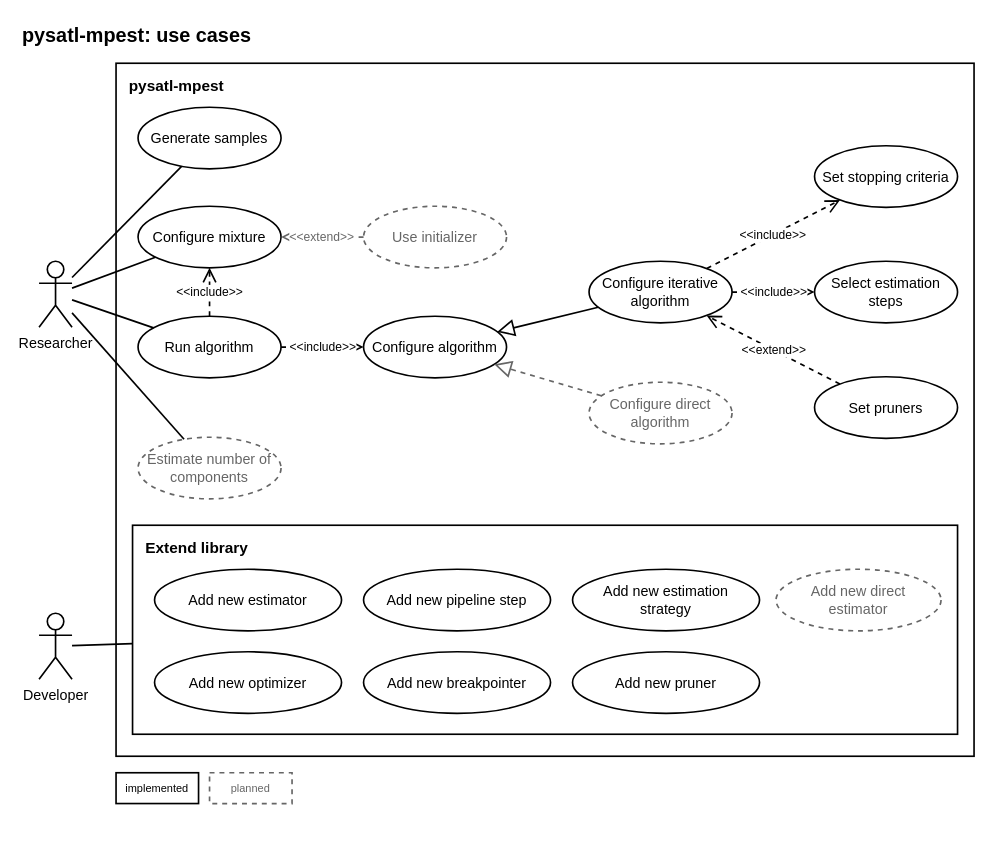
The draw.io diagram docs_new/source/design/diagrams/usecases.drawio in PySATL/pysatl-mpest, before the edit. Source tidied: cells renumbered, new cells numbered last; positions are measured from the earlier drawing's top-left corner, leaving out a move shared by most shapes. Both pictures are drawn from the tidied source at 110%, with x=0, y=0 at pixel (22, 19).
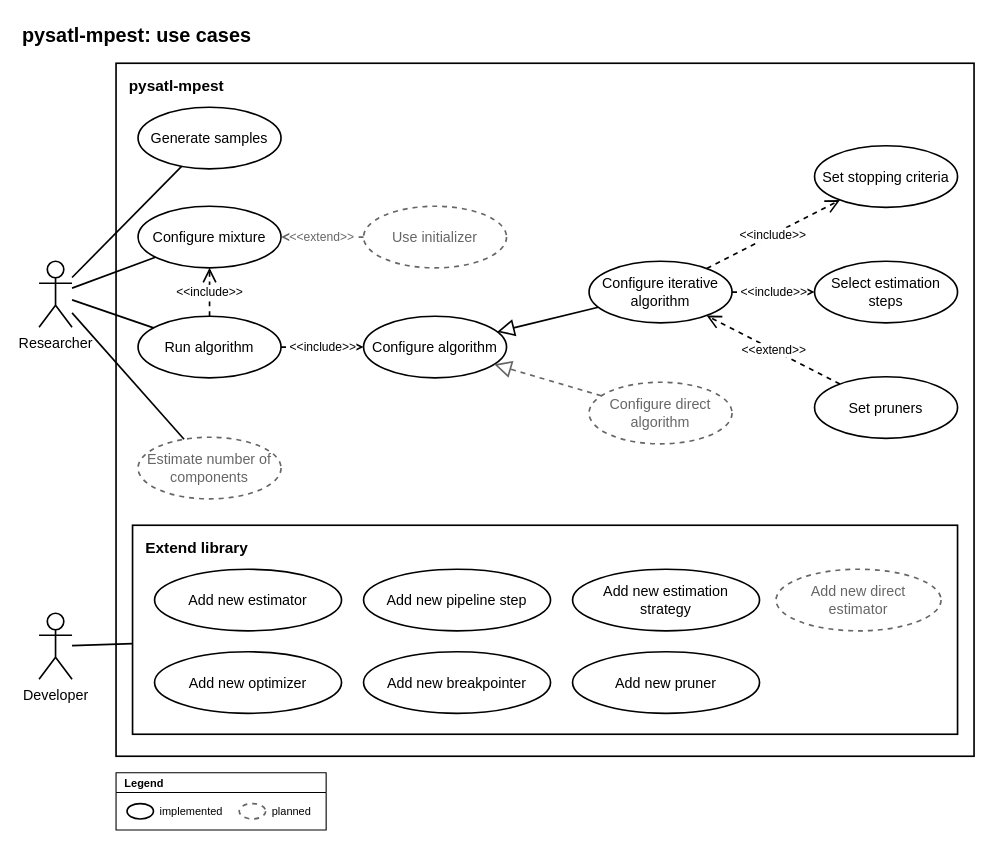
The same diagram, later.

The edit, as a diff of the source:
```diff
@@
+    <mxCell id="40" value="Legend" style="swimlane;startSize=18;html=1;fontSize=10;fontStyle=1;align=left;spacingLeft=6;fillColor=none;swimlaneFillColor=#ffffff;strokeColor=#000000;strokeWidth=1;fontFamily=Helvetica;fontColor=#000000;" parent="1" vertex="1">
+      <mxGeometry x="85" y="685" width="191" height="52" as="geometry" />
+    </mxCell>
+    <mxCell id="41" style="ellipse;html=1;fillColor=#ffffff;strokeColor=#000000;strokeWidth=1.5;" parent="1" vertex="1">
+      <mxGeometry x="95" y="713" width="24" height="14" as="geometry" />
+    </mxCell>
-    <mxCell id="38" value="implemented" style="rounded=0;whiteSpace=wrap;html=1;fillColor=#ffffff;strokeColor=#000000;strokeWidth=1.5;fontSize=14;fontFamily=Helvetica;fontColor=#000000;fontSize=10;" parent="1" vertex="1">
-      <mxGeometry x="85" y="685" width="75" height="28" as="geometry" />
+    <mxCell id="38" value="implemented" style="text;html=1;align=left;verticalAlign=middle;spacing=0;fontSize=10;fontFamily=Helvetica;fontColor=#000000;" parent="1" vertex="1">
+      <mxGeometry x="125" y="711" width="62" height="18" as="geometry" />
     </mxCell>
+    <mxCell id="42" style="ellipse;html=1;fillColor=#ffffff;strokeColor=#666666;strokeWidth=1.5;dashed=1;" parent="1" vertex="1">
+      <mxGeometry x="197" y="713" width="24" height="14" as="geometry" />
+    </mxCell>
-    <mxCell id="39" value="planned" style="rounded=0;whiteSpace=wrap;html=1;fillColor=#ffffff;strokeColor=#666666;strokeWidth=1.5;dashed=1;fontSize=14;fontFamily=Helvetica;fontColor=#666666;fontSize=10;" parent="1" vertex="1">
-      <mxGeometry x="170" y="685" width="75" height="28" as="geometry" />
+    <mxCell id="39" value="planned" style="text;html=1;align=left;verticalAlign=middle;spacing=0;fontSize=10;fontFamily=Helvetica;fontColor=#000000;" parent="1" vertex="1">
+      <mxGeometry x="227" y="711" width="39" height="18" as="geometry" />
     </mxCell>
```
